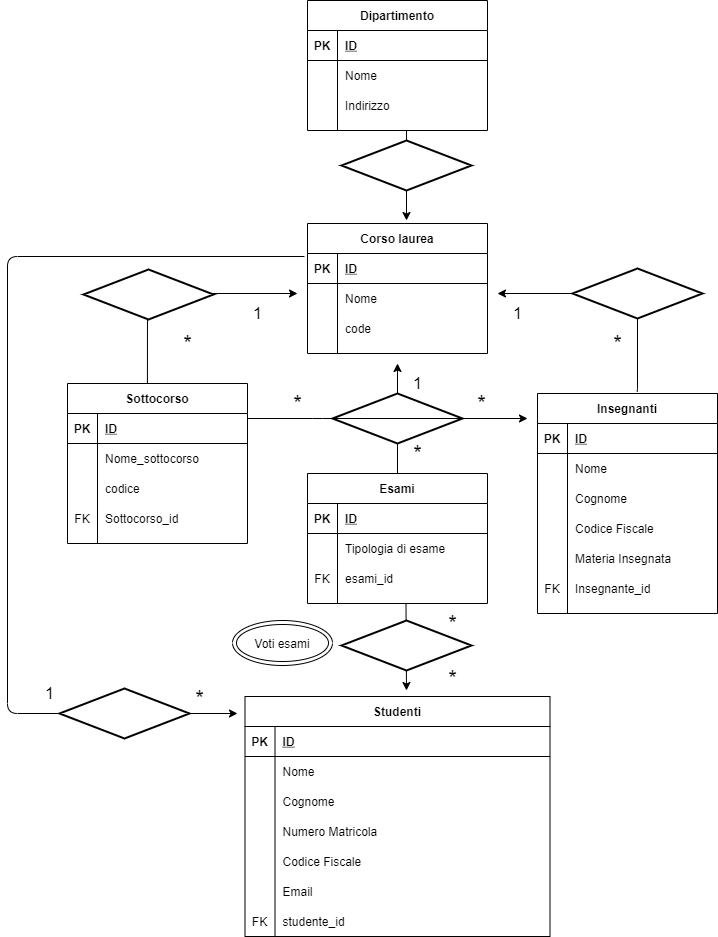
The draw.io diagram university_db.png in Mithrandir7z/db-university, before a commit. Source tidied: cells renumbered, new cells last; positions are measured from the earlier drawing's top-left corner, leaving out a move shared by most shapes.
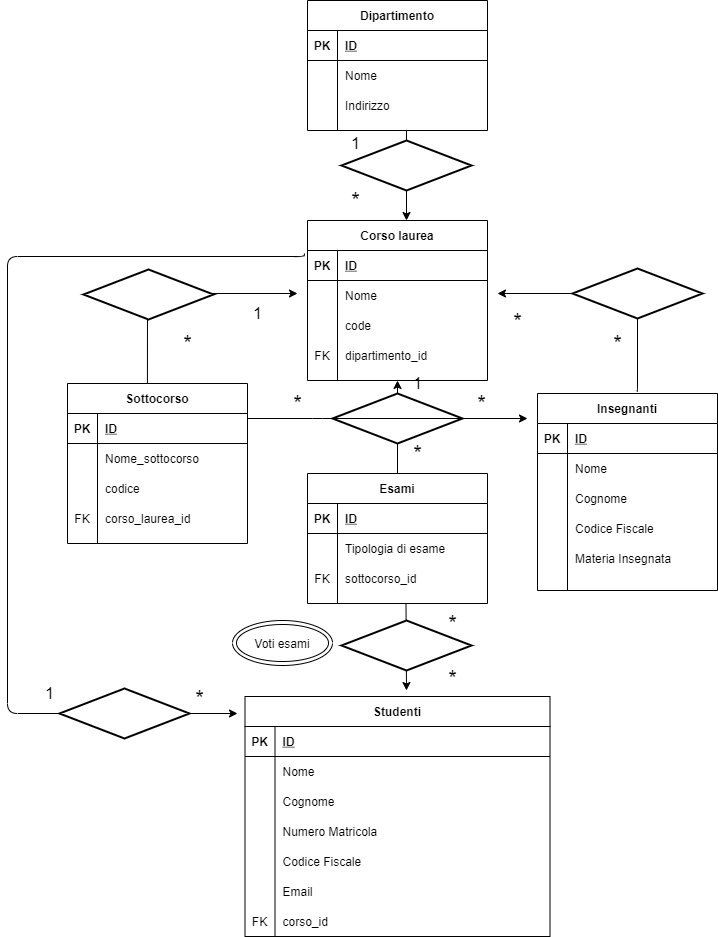
Later version of the same file.

What changed in the source:
```diff
@@ -3,7 +3,7 @@
     <mxCell id="0" />
     <mxCell id="1" parent="0" />
     <mxCell id="2" value="Corso laurea" style="shape=table;startSize=30;rowLines=0;fontStyle=1;align=center;" parent="1" vertex="1">
-      <mxGeometry x="300" y="223" width="180" height="130" as="geometry" />
+      <mxGeometry x="300" y="220" width="180" height="160" as="geometry" />
     </mxCell>
     <mxCell id="3" style="shape=partialRectangle;fillColor=none;top=0;left=0;bottom=1;right=0;points=[[0,0.5],[1,0.5]];portConstraint=eastwest;" parent="2" vertex="1">
       <mxGeometry y="30" width="180" height="30" as="geometry" />
@@ -32,6 +32,15 @@
     <mxCell id="11" value="code" style="shape=partialRectangle;fillColor=none;top=0;left=0;bottom=0;right=0;align=left;spacingLeft=6;overflow=hidden;" parent="9" vertex="1">
       <mxGeometry x="30" width="150" height="30" as="geometry" />
     </mxCell>
+    <mxCell id="112" style="shape=partialRectangle;fillColor=none;top=0;left=0;bottom=0;right=0;" parent="2" vertex="1">
+      <mxGeometry y="120" width="180" height="30" as="geometry" />
+    </mxCell>
+    <mxCell id="46" value="FK" style="shape=partialRectangle;fillColor=none;top=0;left=0;bottom=0;right=0;overflow=hidden;" parent="112" vertex="1">
+      <mxGeometry width="30" height="30" as="geometry" />
+    </mxCell>
+    <mxCell id="113" value="dipartimento_id" style="shape=partialRectangle;fillColor=none;top=0;left=0;bottom=0;right=0;align=left;spacingLeft=6;overflow=hidden;" parent="112" vertex="1">
+      <mxGeometry x="30" width="150" height="30" as="geometry" />
+    </mxCell>
     <mxCell id="12" value="Sottocorso" style="shape=table;startSize=30;rowLines=0;fontStyle=1;align=center;" parent="1" vertex="1">
       <mxGeometry x="60" y="383" width="180" height="160" as="geometry" />
     </mxCell>
@@ -68,7 +77,7 @@
     <mxCell id="23" value="FK" style="shape=partialRectangle;fillColor=none;top=0;left=0;bottom=0;right=0;overflow=hidden;" parent="22" vertex="1">
       <mxGeometry width="30" height="30" as="geometry" />
     </mxCell>
-    <mxCell id="24" value="Sottocorso_id" style="shape=partialRectangle;fillColor=none;top=0;left=0;bottom=0;right=0;align=left;spacingLeft=6;overflow=hidden;" parent="22" vertex="1">
+    <mxCell id="24" value="corso_laurea_id" style="shape=partialRectangle;fillColor=none;top=0;left=0;bottom=0;right=0;align=left;spacingLeft=6;overflow=hidden;" parent="22" vertex="1">
       <mxGeometry x="30" width="150" height="30" as="geometry" />
     </mxCell>
     <mxCell id="25" style="edgeStyle=elbowEdgeStyle;elbow=horizontal;endArrow=classic;html=1;exitX=0.444;exitY=0;exitDx=0;exitDy=0;exitPerimeter=0;" parent="1" edge="1" source="12">
@@ -90,7 +99,7 @@
       <mxGeometry x="170" y="333" width="20" height="20" as="geometry" />
     </mxCell>
     <mxCell id="29" value="Insegnanti" style="shape=table;startSize=30;rowLines=0;fontStyle=1;align=center;" parent="1" vertex="1">
-      <mxGeometry x="530" y="393" width="180" height="220" as="geometry" />
+      <mxGeometry x="530" y="393" width="180" height="197" as="geometry" />
     </mxCell>
     <mxCell id="30" style="shape=partialRectangle;fillColor=none;top=0;left=0;bottom=1;right=0;" parent="29" vertex="1">
       <mxGeometry y="30" width="180" height="30" as="geometry" />
@@ -137,15 +146,6 @@
     <mxCell id="44" value="Materia Insegnata" style="shape=partialRectangle;fillColor=none;top=0;left=0;bottom=0;right=0;align=left;spacingLeft=6;overflow=hidden;" parent="42" vertex="1">
       <mxGeometry x="30" width="150" height="30" as="geometry" />
     </mxCell>
-    <mxCell id="45" style="shape=partialRectangle;fillColor=none;top=0;left=0;bottom=0;right=0;" parent="29" vertex="1">
-      <mxGeometry y="180" width="180" height="30" as="geometry" />
-    </mxCell>
-    <mxCell id="46" value="FK" style="shape=partialRectangle;fillColor=none;top=0;left=0;bottom=0;right=0;overflow=hidden;" parent="45" vertex="1">
-      <mxGeometry width="30" height="30" as="geometry" />
-    </mxCell>
-    <mxCell id="47" value="Insegnante_id" style="shape=partialRectangle;fillColor=none;top=0;left=0;bottom=0;right=0;align=left;spacingLeft=6;overflow=hidden;" parent="45" vertex="1">
-      <mxGeometry x="30" width="150" height="30" as="geometry" />
-    </mxCell>
     <mxCell id="48" style="edgeStyle=segmentEdgeStyle;endArrow=classic;html=1;exitX=0.55;exitY=-0.012;exitDx=0;exitDy=0;exitPerimeter=0;" parent="1" edge="1">
       <mxGeometry relative="1" as="geometry">
         <mxPoint x="629" y="390.4" as="sourcePoint" />
@@ -161,9 +161,6 @@
     <mxCell id="50" value="&lt;font style=&quot;font-size: 22px&quot;&gt;*&lt;/font&gt;" style="text;html=1;align=center;verticalAlign=middle;strokeColor=none;strokeWidth=1;" parent="1" vertex="1">
       <mxGeometry x="600" y="333" width="20" height="20" as="geometry" />
     </mxCell>
-    <mxCell id="51" value="&lt;font style=&quot;font-size: 17px&quot;&gt;1&lt;/font&gt;" style="text;html=1;align=center;verticalAlign=middle;strokeColor=none;strokeWidth=1;" parent="1" vertex="1">
-      <mxGeometry x="500" y="303" width="20" height="20" as="geometry" />
-    </mxCell>
     <mxCell id="52" value="Esami" style="shape=table;startSize=30;rowLines=0;fontStyle=1;align=center;" parent="1" vertex="1">
       <mxGeometry x="300" y="473" width="180" height="130" as="geometry" />
     </mxCell>
@@ -191,12 +188,12 @@
     <mxCell id="60" value="FK" style="shape=partialRectangle;fillColor=none;top=0;left=0;bottom=0;right=0;overflow=hidden;" parent="59" vertex="1">
       <mxGeometry width="30" height="30" as="geometry" />
     </mxCell>
-    <mxCell id="61" value="esami_id" style="shape=partialRectangle;fillColor=none;top=0;left=0;bottom=0;right=0;align=left;spacingLeft=6;overflow=hidden;" parent="59" vertex="1">
+    <mxCell id="61" value="sottocorso_id" style="shape=partialRectangle;fillColor=none;top=0;left=0;bottom=0;right=0;align=left;spacingLeft=6;overflow=hidden;" parent="59" vertex="1">
       <mxGeometry x="30" width="150" height="30" as="geometry" />
     </mxCell>
     <mxCell id="62" style="edgeStyle=segmentEdgeStyle;endArrow=classic;html=1;exitX=0.5;exitY=0;exitDx=0;exitDy=0;" parent="1" edge="1" source="52">
       <mxGeometry relative="1" as="geometry">
-        <mxPoint x="390" y="363" as="targetPoint" />
+        <mxPoint x="390" y="380" as="targetPoint" />
       </mxGeometry>
     </mxCell>
     <mxCell id="63" style="strokeWidth=2;html=1;shape=mxgraph.flowchart.decision;whiteSpace=wrap;" parent="1" vertex="1">
@@ -271,7 +268,7 @@
     <mxCell id="86" value="FK" style="shape=partialRectangle;fillColor=none;top=0;left=0;bottom=0;right=0;overflow=hidden;" parent="85" vertex="1">
       <mxGeometry width="30" height="30" as="geometry" />
     </mxCell>
-    <mxCell id="87" value="studente_id" style="shape=partialRectangle;fillColor=none;top=0;left=0;bottom=0;right=0;align=left;spacingLeft=6;overflow=hidden;" parent="85" vertex="1">
+    <mxCell id="87" value="corso_id" style="shape=partialRectangle;fillColor=none;top=0;left=0;bottom=0;right=0;align=left;spacingLeft=6;overflow=hidden;" parent="85" vertex="1">
       <mxGeometry x="30" width="275" height="30" as="geometry" />
     </mxCell>
     <mxCell id="88" style="edgeStyle=segmentEdgeStyle;endArrow=classic;html=1;exitX=-0.017;exitY=0.1;exitDx=0;exitDy=0;exitPerimeter=0;" parent="1" edge="1" source="3">
@@ -364,5 +361,14 @@
     <mxCell id="111" value="&lt;font style=&quot;font-size: 22px&quot;&gt;*&lt;/font&gt;" style="text;html=1;align=center;verticalAlign=middle;strokeColor=none;strokeWidth=1;" parent="1" vertex="1">
       <mxGeometry x="280" y="393" width="20" height="20" as="geometry" />
     </mxCell>
+    <mxCell id="114" value="&lt;font style=&quot;font-size: 22px&quot;&gt;*&lt;/font&gt;" style="text;html=1;align=center;verticalAlign=middle;strokeColor=none;strokeWidth=1;" parent="1" vertex="1">
+      <mxGeometry x="338" y="190" width="20" height="20" as="geometry" />
+    </mxCell>
+    <mxCell id="51" value="&lt;font style=&quot;font-size: 17px&quot;&gt;1&lt;/font&gt;" style="text;html=1;align=center;verticalAlign=middle;strokeColor=none;strokeWidth=1;" parent="1" vertex="1">
+      <mxGeometry x="338" y="133" width="20" height="20" as="geometry" />
+    </mxCell>
+    <mxCell id="115" value="&lt;font style=&quot;font-size: 22px&quot;&gt;*&lt;/font&gt;" style="text;html=1;align=center;verticalAlign=middle;strokeColor=none;strokeWidth=1;" parent="1" vertex="1">
+      <mxGeometry x="500" y="311" width="20" height="20" as="geometry" />
+    </mxCell>
   </root>
 </mxGraphModel>
```
